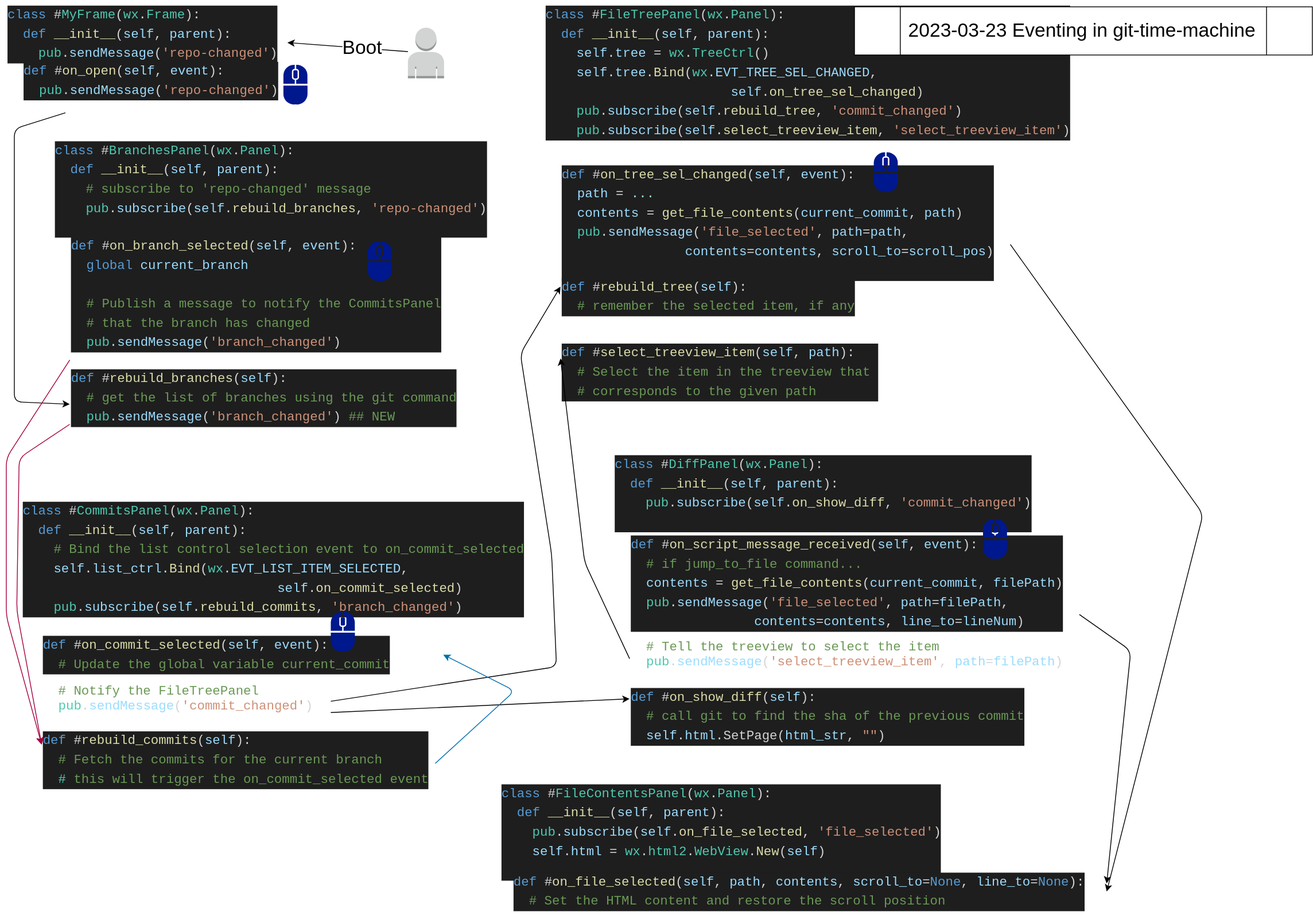
Before: doco/uml/events.svg, a diagram exported from draw.io (abulka/git-time-machine). Source tidied: cells renumbered, new cells last; positions are measured from the earlier drawing's top-left corner, leaving out a move shared by most shapes.
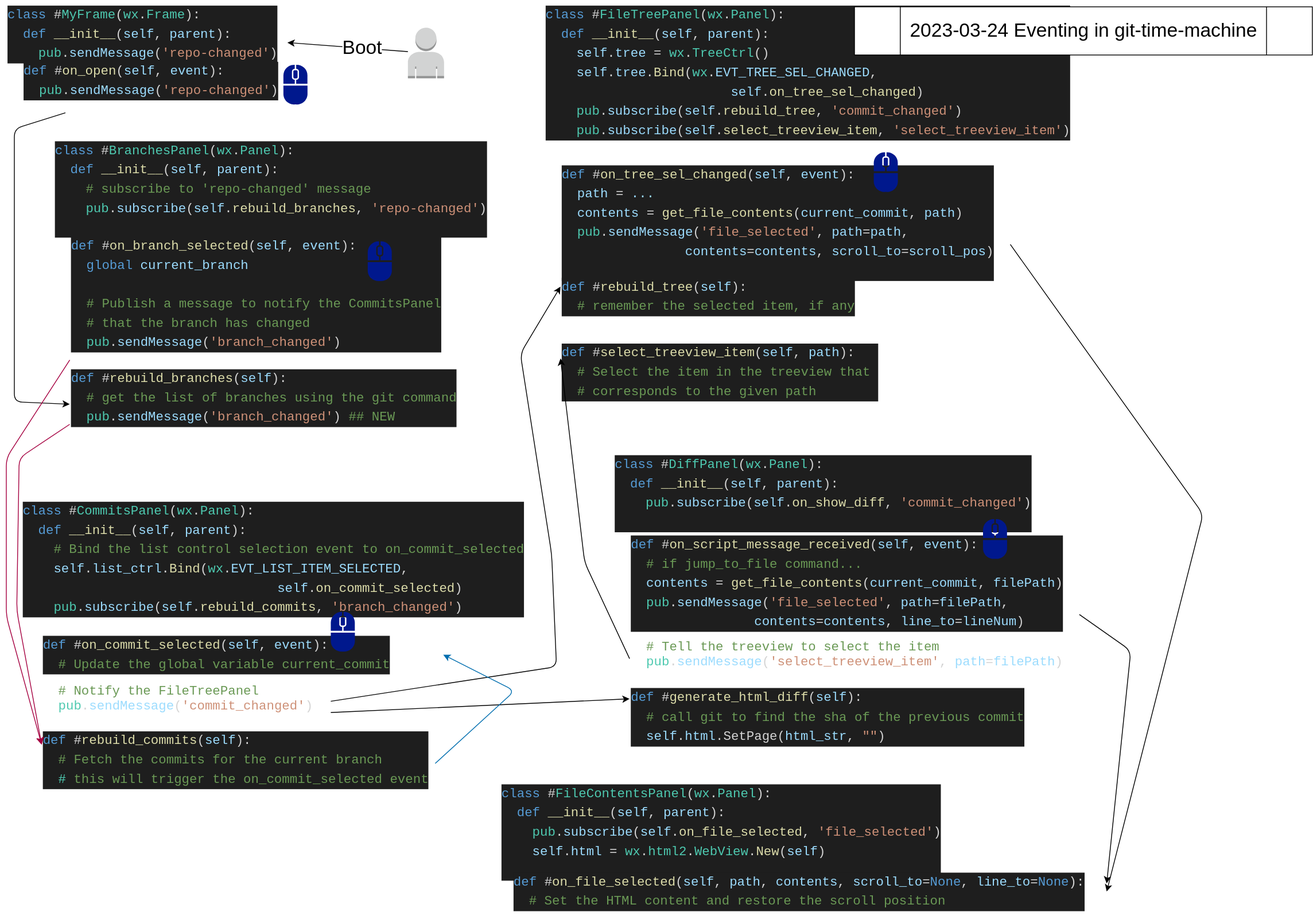
After the change.

The edit, as a diff of the source:
```diff
@@ -97,7 +97,7 @@
     <mxCell id="26" value="&lt;meta charset=&quot;utf-8&quot;&gt;&lt;div style=&quot;border-color: rgb(0, 0, 0); font-family: Menlo, Monaco, &amp;quot;Courier New&amp;quot;, monospace; font-size: 16px; font-style: normal; font-variant-ligatures: normal; font-variant-caps: normal; font-weight: 400; letter-spacing: normal; orphans: 2; text-align: left; text-indent: 0px; text-transform: none; widows: 2; word-spacing: 0px; -webkit-text-stroke-width: 0px; text-decoration-thickness: initial; text-decoration-style: initial; text-decoration-color: initial; color: rgb(212, 212, 212);&quot;&gt;&lt;span style=&quot;border-color: rgb(0, 0, 0); color: rgb(106, 153, 85);&quot;&gt;&amp;nbsp; # Tell the treeview to select the item&lt;/span&gt;&lt;/div&gt;&lt;div style=&quot;border-color: rgb(0, 0, 0); font-family: Menlo, Monaco, &amp;quot;Courier New&amp;quot;, monospace; font-size: 16px; font-style: normal; font-variant-ligatures: normal; font-variant-caps: normal; font-weight: 400; letter-spacing: normal; orphans: 2; text-align: left; text-indent: 0px; text-transform: none; widows: 2; word-spacing: 0px; -webkit-text-stroke-width: 0px; text-decoration-thickness: initial; text-decoration-style: initial; text-decoration-color: initial; color: rgb(212, 212, 212);&quot;&gt;&lt;span style=&quot;border-color: rgb(0, 0, 0); color: rgb(212, 212, 212);&quot;&gt;&lt;/span&gt;&lt;span style=&quot;border-color: rgb(0, 0, 0); color: rgb(78, 201, 176);&quot;&gt;&amp;nbsp; pub&lt;/span&gt;&lt;span style=&quot;border-color: rgb(0, 0, 0); color: rgb(212, 212, 212);&quot;&gt;.&lt;/span&gt;&lt;span style=&quot;border-color: rgb(0, 0, 0); color: rgb(156, 220, 254);&quot;&gt;sendMessage&lt;/span&gt;&lt;span style=&quot;border-color: rgb(0, 0, 0); color: rgb(212, 212, 212);&quot;&gt;(&lt;/span&gt;&lt;span style=&quot;border-color: rgb(0, 0, 0); color: rgb(206, 145, 120);&quot;&gt;'select_treeview_item'&lt;/span&gt;&lt;span style=&quot;border-color: rgb(0, 0, 0); color: rgb(212, 212, 212);&quot;&gt;,&lt;span&gt;&amp;nbsp;&lt;/span&gt;&lt;/span&gt;&lt;span style=&quot;border-color: rgb(0, 0, 0); color: rgb(156, 220, 254);&quot;&gt;path&lt;/span&gt;&lt;span style=&quot;border-color: rgb(0, 0, 0); color: rgb(212, 212, 212);&quot;&gt;=&lt;/span&gt;&lt;span style=&quot;border-color: rgb(0, 0, 0); color: rgb(156, 220, 254);&quot;&gt;filePath&lt;/span&gt;&lt;span style=&quot;border-color: rgb(0, 0, 0); color: rgb(212, 212, 212);&quot;&gt;)&lt;/span&gt;&lt;/div&gt;&lt;br class=&quot;Apple-interchange-newline&quot;&gt;" style="text;whiteSpace=wrap;html=1;" parent="23" vertex="1">
       <mxGeometry x="20" y="230" width="560" height="60" as="geometry" />
     </mxCell>
-    <mxCell id="27" value="&lt;div style=&quot;color: rgb(212, 212, 212); background-color: rgb(30, 30, 30); font-family: Menlo, Monaco, &amp;quot;Courier New&amp;quot;, monospace; font-weight: normal; font-size: 16px; line-height: 24px;&quot;&gt;&lt;div&gt;&lt;span style=&quot;color: #569cd6;&quot;&gt;def&lt;/span&gt;&lt;span style=&quot;color: #d4d4d4;&quot;&gt;&amp;nbsp;#&lt;/span&gt;&lt;span style=&quot;color: #dcdcaa;&quot;&gt;on_show_diff&lt;/span&gt;&lt;span style=&quot;color: #d4d4d4;&quot;&gt;(&lt;/span&gt;&lt;span style=&quot;color: #9cdcfe;&quot;&gt;self&lt;/span&gt;&lt;span style=&quot;color: #d4d4d4;&quot;&gt;):&lt;/span&gt;&lt;/div&gt;&lt;div&gt;&lt;span style=&quot;color: #d4d4d4;&quot;&gt;&lt;/span&gt;&lt;span style=&quot;color: #6a9955;&quot;&gt;&amp;nbsp; # call git to find the sha of the previous commit&lt;/span&gt;&lt;/div&gt;&lt;div&gt;&lt;span style=&quot;color: #6a9955;&quot;&gt;&amp;nbsp;&amp;nbsp;&lt;/span&gt;&lt;span style=&quot;color: rgb(156, 220, 254);&quot;&gt;self&lt;/span&gt;&lt;span style=&quot;&quot;&gt;.&lt;/span&gt;&lt;span style=&quot;color: rgb(156, 220, 254);&quot;&gt;html&lt;/span&gt;&lt;span style=&quot;&quot;&gt;.SetPage(&lt;/span&gt;&lt;span style=&quot;color: rgb(156, 220, 254);&quot;&gt;html_str&lt;/span&gt;&lt;span style=&quot;&quot;&gt;, &lt;/span&gt;&lt;span style=&quot;color: rgb(206, 145, 120);&quot;&gt;&quot;&quot;&lt;/span&gt;&lt;span style=&quot;&quot;&gt;)&lt;/span&gt;&lt;/div&gt;&lt;/div&gt;" style="text;whiteSpace=wrap;html=1;" parent="23" vertex="1">
+    <mxCell id="27" value="&lt;div style=&quot;background-color: rgb(30, 30, 30); line-height: 24px;&quot;&gt;&lt;div style=&quot;&quot;&gt;&lt;span style=&quot;color: rgb(86, 156, 214); font-family: Menlo, Monaco, &amp;quot;Courier New&amp;quot;, monospace; font-size: 16px; font-weight: normal;&quot;&gt;def&lt;/span&gt;&lt;span style=&quot;color: rgb(212, 212, 212); font-family: Menlo, Monaco, &amp;quot;Courier New&amp;quot;, monospace; font-size: 16px; font-weight: normal;&quot;&gt;&amp;nbsp;#&lt;/span&gt;&lt;font face=&quot;Menlo, Monaco, Courier New, monospace&quot; color=&quot;#dcdcaa&quot;&gt;&lt;span style=&quot;font-size: 16px;&quot;&gt;generate_html_diff&lt;/span&gt;&lt;/font&gt;&lt;font face=&quot;Menlo, Monaco, Courier New, monospace&quot; color=&quot;#d4d4d4&quot;&gt;&lt;span style=&quot;font-size: 16px;&quot;&gt;(&lt;/span&gt;&lt;/font&gt;&lt;span style=&quot;color: rgb(156, 220, 254); font-family: Menlo, Monaco, &amp;quot;Courier New&amp;quot;, monospace; font-size: 16px; font-weight: normal;&quot;&gt;self&lt;/span&gt;&lt;span style=&quot;color: rgb(212, 212, 212); font-family: Menlo, Monaco, &amp;quot;Courier New&amp;quot;, monospace; font-size: 16px; font-weight: normal;&quot;&gt;):&lt;/span&gt;&lt;/div&gt;&lt;div style=&quot;color: rgb(212, 212, 212); font-family: Menlo, Monaco, &amp;quot;Courier New&amp;quot;, monospace; font-size: 16px; font-weight: normal;&quot;&gt;&lt;span style=&quot;color: #d4d4d4;&quot;&gt;&lt;/span&gt;&lt;span style=&quot;color: #6a9955;&quot;&gt;&amp;nbsp; # call git to find the sha of the previous commit&lt;/span&gt;&lt;/div&gt;&lt;div style=&quot;color: rgb(212, 212, 212); font-family: Menlo, Monaco, &amp;quot;Courier New&amp;quot;, monospace; font-size: 16px; font-weight: normal;&quot;&gt;&lt;span style=&quot;color: #6a9955;&quot;&gt;&amp;nbsp;&amp;nbsp;&lt;/span&gt;&lt;span style=&quot;color: rgb(156, 220, 254);&quot;&gt;self&lt;/span&gt;&lt;span style=&quot;&quot;&gt;.&lt;/span&gt;&lt;span style=&quot;color: rgb(156, 220, 254);&quot;&gt;html&lt;/span&gt;&lt;span style=&quot;&quot;&gt;.SetPage(&lt;/span&gt;&lt;span style=&quot;color: rgb(156, 220, 254);&quot;&gt;html_str&lt;/span&gt;&lt;span style=&quot;&quot;&gt;, &lt;/span&gt;&lt;span style=&quot;color: rgb(206, 145, 120);&quot;&gt;&quot;&quot;&lt;/span&gt;&lt;span style=&quot;&quot;&gt;)&lt;/span&gt;&lt;/div&gt;&lt;/div&gt;" style="text;whiteSpace=wrap;html=1;" parent="23" vertex="1">
       <mxGeometry x="20" y="290" width="560" height="80" as="geometry" />
     </mxCell>
     <mxCell id="28" style="sketch=0;shadow=0;dashed=0;html=1;strokeColor=none;labelPosition=center;verticalLabelPosition=bottom;verticalAlign=top;align=center;fillColor=#00188D;shape=mxgraph.mscae.enterprise.mouse;" parent="23" vertex="1">
@@ -160,7 +160,7 @@
         </Array>
       </mxGeometry>
     </mxCell>
-    <mxCell id="42" value="&lt;font style=&quot;font-size: 24px;&quot;&gt;2023-03-23 Eventing in git-time-machine&lt;/font&gt;" style="shape=process;whiteSpace=wrap;html=1;backgroundOutline=1;" parent="1" vertex="1">
+    <mxCell id="42" value="&lt;font style=&quot;font-size: 24px;&quot;&gt;2023-03-24 Eventing in git-time-machine&lt;/font&gt;" style="shape=process;whiteSpace=wrap;html=1;backgroundOutline=1;" parent="1" vertex="1">
       <mxGeometry x="1056" y="8" width="570" height="60" as="geometry" />
     </mxCell>
     <mxCell id="43" style="edgeStyle=none;html=1;entryX=1;entryY=0.75;entryDx=0;entryDy=0;fontSize=24;" parent="1" edge="1" source="45" target="8">
```
